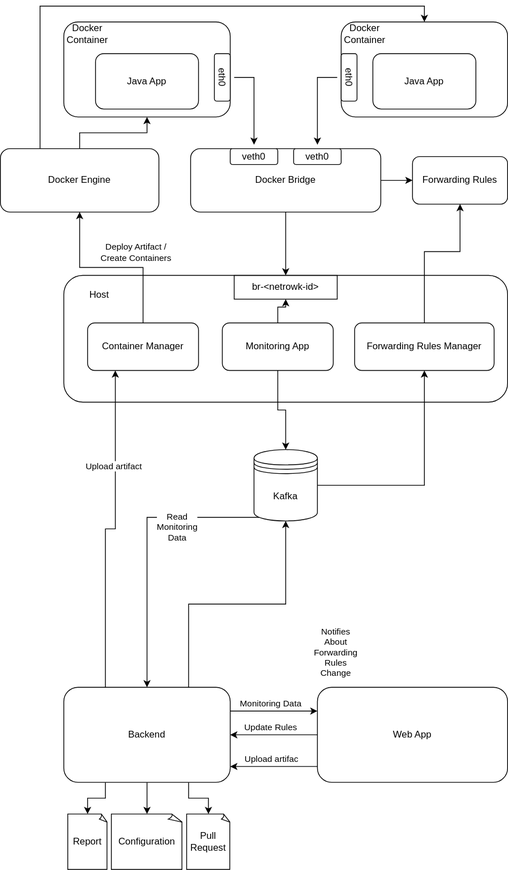
Above: documentation/svg/containerization-tool-design.drawio.svg in vladtf/containerization-tool (draw.io), before the change. Source tidied: cells renumbered, new cells last; positions are measured from the earlier drawing's top-left corner, leaving out a move shared by most shapes.
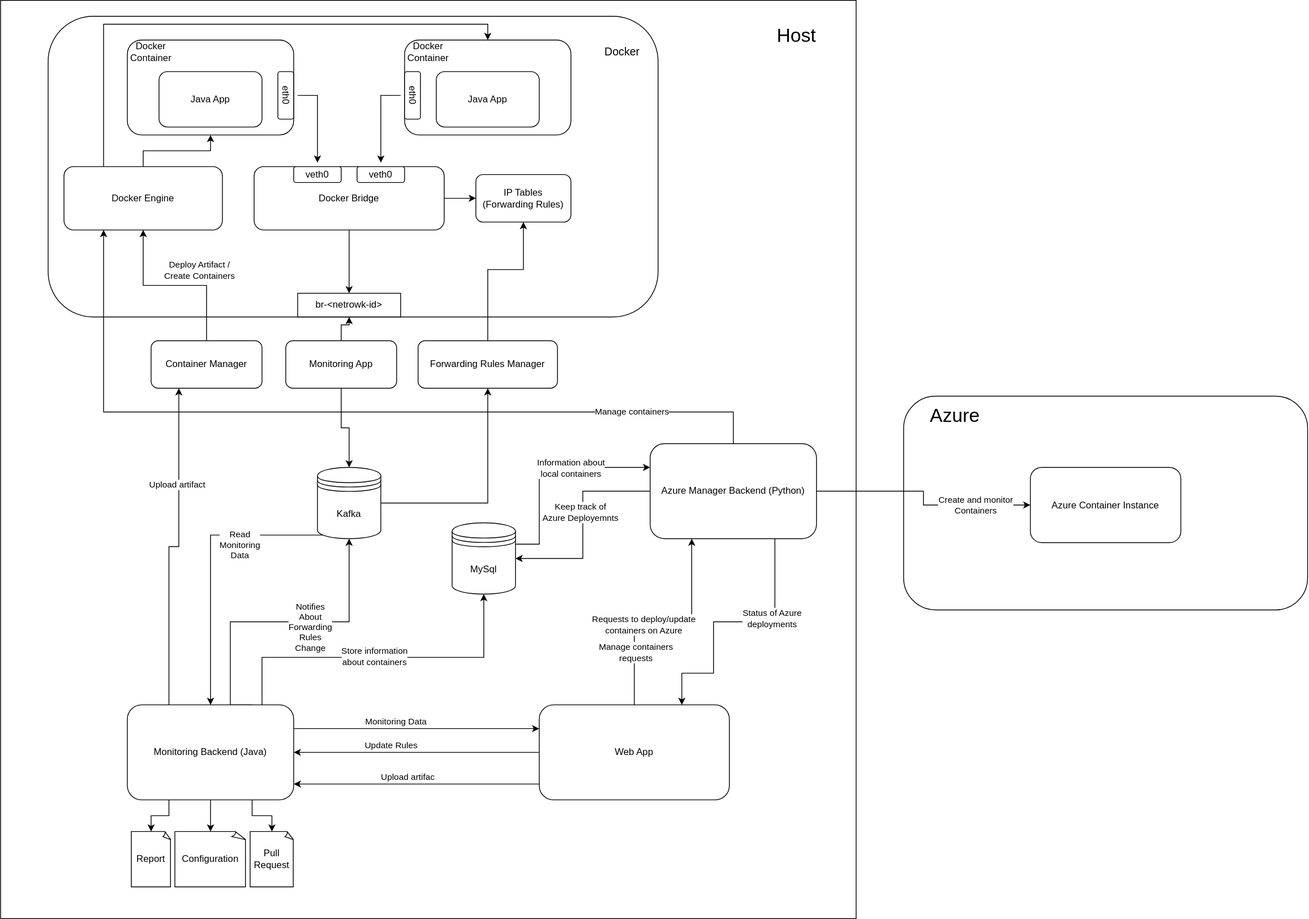
Later version of the same file.

Change to the diagram source:
```diff
@@ -2,8 +2,14 @@
   <root>
     <mxCell id="0" />
     <mxCell id="1" parent="0" />
+    <mxCell id="58" style="rounded=1;whiteSpace=wrap;html=1;" parent="1" vertex="1">
+      <mxGeometry x="1060" y="450" width="510" height="270" as="geometry" />
+    </mxCell>
+    <mxCell id="59" style="rounded=0;whiteSpace=wrap;html=1;" parent="1" vertex="1">
+      <mxGeometry x="-80" y="-50" width="1080" height="1160" as="geometry" />
+    </mxCell>
     <mxCell id="2" style="rounded=1;whiteSpace=wrap;html=1;" parent="1" vertex="1">
-      <mxGeometry x="80" y="320" width="560" height="160" as="geometry" />
+      <mxGeometry x="-20" y="-30" width="770" height="380" as="geometry" />
     </mxCell>
     <mxCell id="3" style="rounded=1;whiteSpace=wrap;html=1;" parent="1" vertex="1">
       <mxGeometry x="80" width="210" height="120" as="geometry" />
@@ -73,12 +79,9 @@
     <mxCell id="22" value="br-&amp;lt;netrowk-id&amp;gt;" style="text;html=1;strokeColor=default;fillColor=none;align=center;verticalAlign=middle;whiteSpace=wrap;rounded=0;rotation=0;" parent="1" vertex="1">
       <mxGeometry x="295" y="320" width="130" height="30" as="geometry" />
     </mxCell>
-    <mxCell id="23" value="Forwarding Rules" style="rounded=1;whiteSpace=wrap;html=1;" parent="1" vertex="1">
+    <mxCell id="23" value="IP Tables &lt;br&gt;(Forwarding Rules)" style="rounded=1;whiteSpace=wrap;html=1;" parent="1" vertex="1">
       <mxGeometry x="520" y="170" width="120" height="60" as="geometry" />
     </mxCell>
-    <mxCell id="24" value="Host" style="text;html=1;strokeColor=none;fillColor=none;align=center;verticalAlign=middle;whiteSpace=wrap;rounded=0;" parent="1" vertex="1">
-      <mxGeometry x="80" y="320" width="90" height="50" as="geometry" />
-    </mxCell>
     <mxCell id="25" style="edgeStyle=orthogonalEdgeStyle;rounded=0;jettySize=auto;html=1;entryX=0.5;entryY=0;entryDx=0;entryDy=0;" parent="1" edge="1" source="27" target="31">
       <mxGeometry relative="1" as="geometry" />
     </mxCell>
@@ -114,11 +117,17 @@
       <mxGeometry x="447" y="380" width="176" height="60" as="geometry" />
     </mxCell>
     <mxCell id="34" style="edgeStyle=orthogonalEdgeStyle;rounded=0;jettySize=auto;html=1;exitX=0.75;exitY=0;exitDx=0;exitDy=0;entryX=0.5;entryY=1;entryDx=0;entryDy=0;" parent="1" edge="1" source="43" target="31">
-      <mxGeometry relative="1" as="geometry" />
+      <mxGeometry relative="1" as="geometry">
+        <Array as="points">
+          <mxPoint x="210" y="840" />
+          <mxPoint x="210" y="735" />
+          <mxPoint x="360" y="735" />
+        </Array>
+      </mxGeometry>
     </mxCell>
     <mxCell id="35" value="Notifies&lt;br&gt;About&lt;br&gt;Forwarding&lt;br&gt;Rules&lt;br&gt;Change" style="edgeLabel;html=1;align=center;verticalAlign=middle;" parent="34" vertex="1">
       <mxGeometry x="0.59" y="1" relative="1" as="geometry">
-        <mxPoint x="63" y="97" as="offset" />
+        <mxPoint x="-49" y="31" as="offset" />
       </mxGeometry>
     </mxCell>
     <mxCell id="36" style="edgeStyle=orthogonalEdgeStyle;rounded=0;jettySize=auto;html=1;exitX=1;exitY=0.25;exitDx=0;exitDy=0;entryX=0;entryY=0.25;entryDx=0;entryDy=0;" parent="1" edge="1" source="43" target="48">
@@ -146,7 +155,18 @@
         <mxPoint y="-51" as="offset" />
       </mxGeometry>
     </mxCell>
+    <mxCell id="60" style="edgeStyle=orthogonalEdgeStyle;rounded=0;jettySize=auto;html=1;entryX=0.5;entryY=1;entryDx=0;entryDy=0;" parent="1" edge="1" source="43" target="67">
+      <mxGeometry relative="1" as="geometry">
+        <Array as="points">
+          <mxPoint x="250" y="780" />
+          <mxPoint x="530" y="780" />
+        </Array>
+      </mxGeometry>
+    </mxCell>
+    <mxCell id="61" value="Store information&lt;br&gt;about containers" style="edgeLabel;html=1;align=center;verticalAlign=middle;" parent="60" vertex="1">
+      <mxGeometry x="-0.04" y="2" relative="1" as="geometry" />
+    </mxCell>
-    <mxCell id="43" value="Backend" style="rounded=1;whiteSpace=wrap;html=1;" parent="1" vertex="1">
+    <mxCell id="43" value="Monitoring Backend (Java)" style="rounded=1;whiteSpace=wrap;html=1;" parent="1" vertex="1">
       <mxGeometry x="80" y="840" width="210" height="120" as="geometry" />
     </mxCell>
     <mxCell id="44" style="edgeStyle=orthogonalEdgeStyle;rounded=0;jettySize=auto;html=1;" parent="1" edge="1" source="48" target="43">
@@ -170,8 +190,17 @@
         <mxPoint y="-9" as="offset" />
       </mxGeometry>
     </mxCell>
+    <mxCell id="62" style="edgeStyle=orthogonalEdgeStyle;rounded=0;jettySize=auto;html=1;exitX=0.5;exitY=0;exitDx=0;exitDy=0;entryX=0.25;entryY=1;entryDx=0;entryDy=0;" parent="1" edge="1" source="48" target="74">
+      <mxGeometry relative="1" as="geometry" />
+    </mxCell>
+    <mxCell id="63" value="Requests to deploy/update&lt;br&gt;containers on Azure" style="edgeLabel;html=1;align=center;verticalAlign=middle;" parent="62" vertex="1">
+      <mxGeometry x="-0.18" y="-3" relative="1" as="geometry" />
+    </mxCell>
+    <mxCell id="64" value="Manage containers &lt;br&gt;requests" style="edgeLabel;html=1;align=center;verticalAlign=middle;" parent="62" vertex="1">
+      <mxGeometry x="-0.53" y="-1" relative="1" as="geometry" />
+    </mxCell>
     <mxCell id="48" value="Web App" style="rounded=1;whiteSpace=wrap;html=1;" parent="1" vertex="1">
-      <mxGeometry x="400" y="840" width="240" height="120" as="geometry" />
+      <mxGeometry x="600" y="840" width="240" height="120" as="geometry" />
     </mxCell>
     <mxCell id="49" value="Report" style="whiteSpace=wrap;html=1;shape=mxgraph.basic.document;" parent="1" vertex="1">
       <mxGeometry x="85" y="1000" width="50" height="70" as="geometry" />
@@ -202,5 +231,72 @@
     <mxCell id="57" value="Docker Engine" style="rounded=1;whiteSpace=wrap;html=1;" parent="1" vertex="1">
       <mxGeometry y="160" width="200" height="80" as="geometry" />
     </mxCell>
+    <mxCell id="65" style="edgeStyle=orthogonalEdgeStyle;rounded=0;jettySize=auto;html=1;exitX=1;exitY=0.3;exitDx=0;exitDy=0;entryX=0;entryY=0.25;entryDx=0;entryDy=0;" parent="1" edge="1" source="67" target="74">
+      <mxGeometry relative="1" as="geometry">
+        <Array as="points">
+          <mxPoint x="600" y="637" />
+          <mxPoint x="600" y="540" />
+        </Array>
+      </mxGeometry>
+    </mxCell>
+    <mxCell id="66" value="Information about&lt;br&gt;local containers" style="edgeLabel;html=1;align=center;verticalAlign=middle;" parent="65" vertex="1">
+      <mxGeometry x="0.25" relative="1" as="geometry" />
+    </mxCell>
+    <mxCell id="67" value="MySql" style="shape=datastore;whiteSpace=wrap;html=1;" parent="1" vertex="1">
+      <mxGeometry x="490" y="610" width="80" height="90" as="geometry" />
+    </mxCell>
+    <mxCell id="68" style="edgeStyle=orthogonalEdgeStyle;rounded=0;jettySize=auto;html=1;" parent="1" edge="1" source="74" target="67">
+      <mxGeometry relative="1" as="geometry" />
+    </mxCell>
+    <mxCell id="69" value="Keep track of&lt;br&gt;Azure Deployemnts" style="edgeLabel;html=1;align=center;verticalAlign=middle;" parent="68" vertex="1">
+      <mxGeometry x="-0.13" y="-4" relative="1" as="geometry" />
+    </mxCell>
+    <mxCell id="70" style="edgeStyle=orthogonalEdgeStyle;rounded=0;jettySize=auto;html=1;exitX=0.75;exitY=1;exitDx=0;exitDy=0;entryX=0.75;entryY=0;entryDx=0;entryDy=0;" parent="1" edge="1" source="74" target="48">
+      <mxGeometry relative="1" as="geometry">
+        <Array as="points">
+          <mxPoint x="898" y="735" />
+          <mxPoint x="820" y="735" />
+          <mxPoint x="820" y="800" />
+          <mxPoint x="780" y="800" />
+        </Array>
+      </mxGeometry>
+    </mxCell>
+    <mxCell id="71" value="Status of Azure&lt;br&gt;deployments" style="edgeLabel;html=1;align=center;verticalAlign=middle;" parent="70" vertex="1">
+      <mxGeometry x="-0.39" y="-4" relative="1" as="geometry" />
+    </mxCell>
+    <mxCell id="72" style="edgeStyle=orthogonalEdgeStyle;rounded=0;jettySize=auto;html=1;exitX=0.5;exitY=0;exitDx=0;exitDy=0;entryX=0.25;entryY=1;entryDx=0;entryDy=0;" parent="1" edge="1" source="74" target="57">
+      <mxGeometry relative="1" as="geometry">
+        <Array as="points">
+          <mxPoint x="845" y="470" />
+          <mxPoint x="50" y="470" />
+        </Array>
+      </mxGeometry>
+    </mxCell>
+    <mxCell id="73" value="Manage containers" style="edgeLabel;html=1;align=center;verticalAlign=middle;" parent="72" vertex="1">
+      <mxGeometry x="-0.68" y="-1" relative="1" as="geometry" />
+    </mxCell>
+    <mxCell id="74" value="Azure Manager Backend (Python)" style="rounded=1;whiteSpace=wrap;html=1;" parent="1" vertex="1">
+      <mxGeometry x="740" y="510" width="210" height="120" as="geometry" />
+    </mxCell>
+    <mxCell id="75" style="edgeStyle=orthogonalEdgeStyle;rounded=0;jettySize=auto;html=1;exitX=1;exitY=0.5;exitDx=0;exitDy=0;entryX=0;entryY=0.5;entryDx=0;entryDy=0;" parent="1" edge="1" source="74" target="78">
+      <mxGeometry relative="1" as="geometry" />
+    </mxCell>
+    <mxCell id="76" value="Create and monitor &lt;br&gt;Containers" style="edgeLabel;html=1;align=center;verticalAlign=middle;" parent="75" vertex="1">
+      <mxGeometry x="0.21" y="4" relative="1" as="geometry">
+        <mxPoint x="43" y="4" as="offset" />
+      </mxGeometry>
+    </mxCell>
+    <mxCell id="24" value="&lt;font style=&quot;font-size: 24px;&quot;&gt;Host&lt;/font&gt;" style="text;html=1;align=center;verticalAlign=middle;whiteSpace=wrap;rounded=0;" parent="1" vertex="1">
+      <mxGeometry x="860" y="-30" width="130" height="50" as="geometry" />
+    </mxCell>
+    <mxCell id="77" value="&lt;font style=&quot;font-size: 24px;&quot;&gt;Azure&lt;/font&gt;" style="text;html=1;align=center;verticalAlign=middle;whiteSpace=wrap;rounded=0;" parent="1" vertex="1">
+      <mxGeometry x="1060" y="450" width="130" height="50" as="geometry" />
+    </mxCell>
+    <mxCell id="78" value="Azure Container Instance" style="rounded=1;whiteSpace=wrap;html=1;" parent="1" vertex="1">
+      <mxGeometry x="1220" y="540" width="190" height="95" as="geometry" />
+    </mxCell>
+    <mxCell id="79" value="&lt;font style=&quot;font-size: 14px;&quot;&gt;Docker&lt;/font&gt;" style="text;html=1;align=center;verticalAlign=middle;whiteSpace=wrap;rounded=0;" parent="1" vertex="1">
+      <mxGeometry x="640" y="-10" width="130" height="50" as="geometry" />
+    </mxCell>
   </root>
 </mxGraphModel>
```
